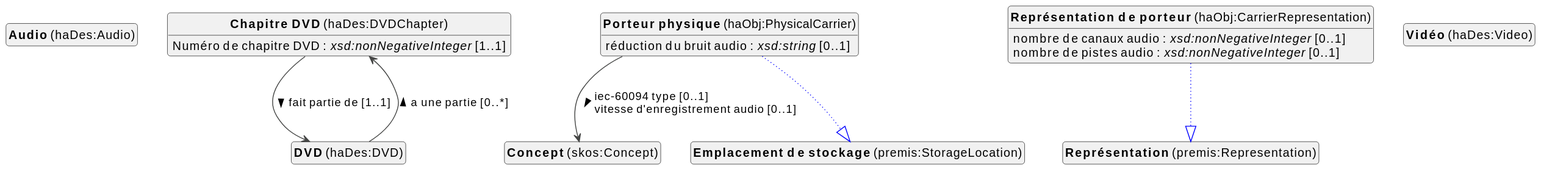
This is docs/metadata/knowledge-graph/0.0.1/audiovisual/fr/audiovisual-diagram.svg from viaacode/documentation-jekyll, a PlantUML export, as it was before one commit.
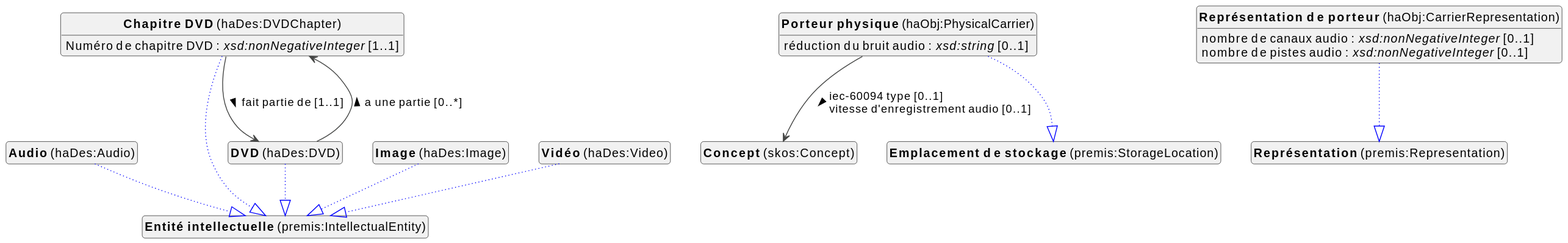
Above is the later version.

Change to the diagram source:
```diff
@@ -11,17 +11,25 @@
 
 
 class "<b>Audio</b> (haDes:Audio)" as haDes_Audio [[#haDes%3AAudio]]
+class "<b>Entité intellectuelle</b> (premis:IntellectualEntity)" as premis_IntellectualEntity [[#premis%3AIntellectualEntity]]
 class "<b>Chapitre DVD</b> (haDes:DVDChapter)" as haDes_DVDChapter [[#haDes%3ADVDChapter]]
+class "<b>Entité intellectuelle</b> (premis:IntellectualEntity)" as premis_IntellectualEntity [[#premis%3AIntellectualEntity]]
 class "<b>Concept</b> (skos:Concept)" as skos_Concept [[../../terms/fr#skos%3AConcept]]
 class "<b>DVD</b> (haDes:DVD)" as haDes_DVD [[#haDes%3ADVD]]
+class "<b>Entité intellectuelle</b> (premis:IntellectualEntity)" as premis_IntellectualEntity [[#premis%3AIntellectualEntity]]
+class "<b>Image</b> (haDes:Image)" as haDes_Image [[#haDes%3AImage]]
+class "<b>Entité intellectuelle</b> (premis:IntellectualEntity)" as premis_IntellectualEntity [[#premis%3AIntellectualEntity]]
 class "<b>Porteur physique</b> (haObj:PhysicalCarrier)" as haObj_PhysicalCarrier [[#haObj%3APhysicalCarrier]]
 class "<b>Emplacement de stockage</b> (premis:StorageLocation)" as premis_StorageLocation [[#premis%3AStorageLocation]]
 class "<b>Représentation de porteur</b> (haObj:CarrierRepresentation)" as haObj_CarrierRepresentation [[#haObj%3ACarrierRepresentation]]
 class "<b>Représentation</b> (premis:Representation)" as premis_Representation [[#premis%3ARepresentation]]
 class "<b>Vidéo</b> (haDes:Video)" as haDes_Video [[#haDes%3AVideo]]
+class "<b>Entité intellectuelle</b> (premis:IntellectualEntity)" as premis_IntellectualEntity [[#premis%3AIntellectualEntity]]
+
+haDes_Audio --|> premis_IntellectualEntity #blue;line.dotted;text:blue
 
 
-
+haDes_DVDChapter --|> premis_IntellectualEntity #blue;line.dotted;text:blue
 
 haDes_DVDChapter : Numéro de chapitre DVD : <i>xsd:nonNegativeInteger</i> [1..1]
 haDes_DVDChapter --> haDes_DVD :fait partie de [1..1]  >
@@ -29,8 +37,12 @@
 
 
 
+haDes_DVD --|> premis_IntellectualEntity #blue;line.dotted;text:blue
 
 haDes_DVD --> haDes_DVDChapter :a une partie [0..*]  >
+
+haDes_Image --|> premis_IntellectualEntity #blue;line.dotted;text:blue
+
 
 haObj_PhysicalCarrier --|> premis_StorageLocation #blue;line.dotted;text:blue
 
@@ -44,6 +56,7 @@
 haObj_CarrierRepresentation : nombre de pistes audio : <i>xsd:nonNegativeInteger</i> [0..1]
 
 
+haDes_Video --|> premis_IntellectualEntity #blue;line.dotted;text:blue
 
 
 
```
